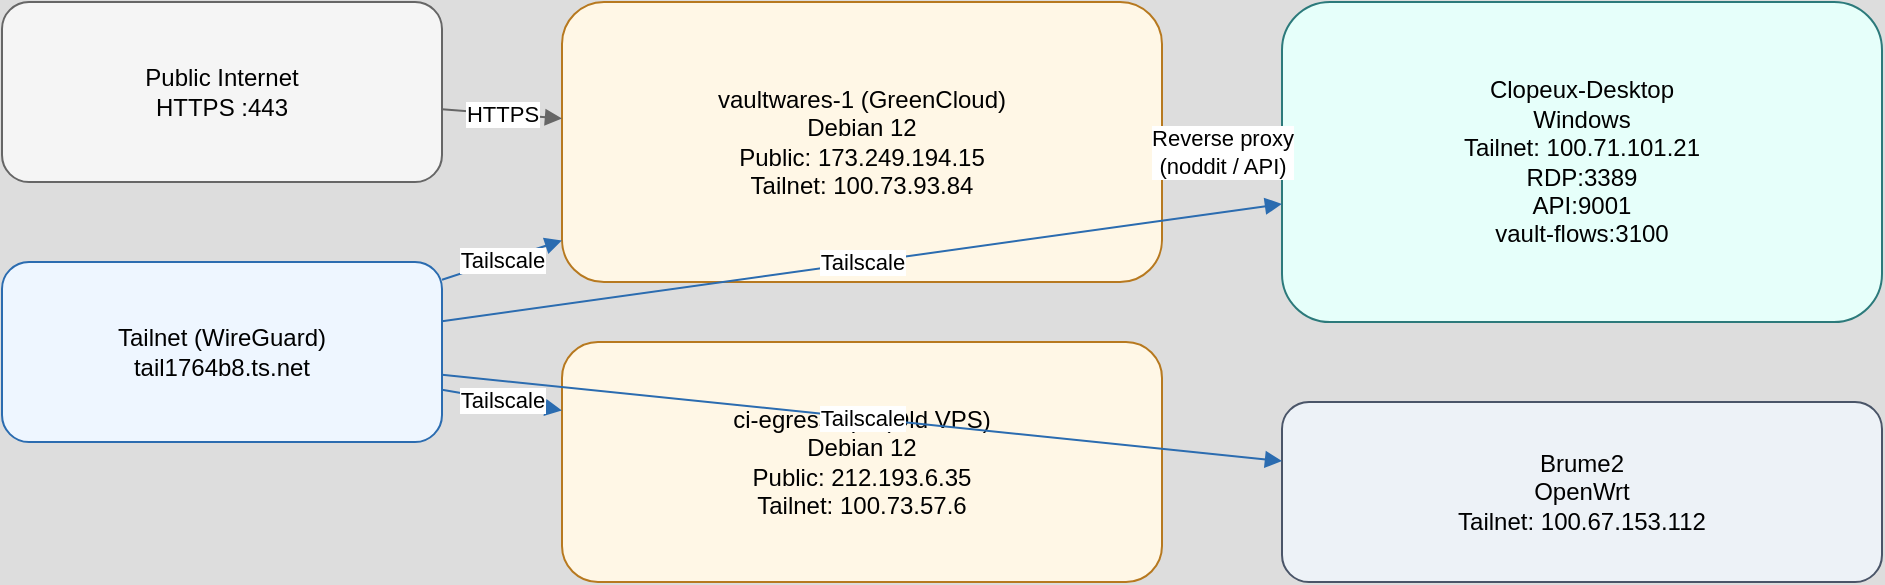
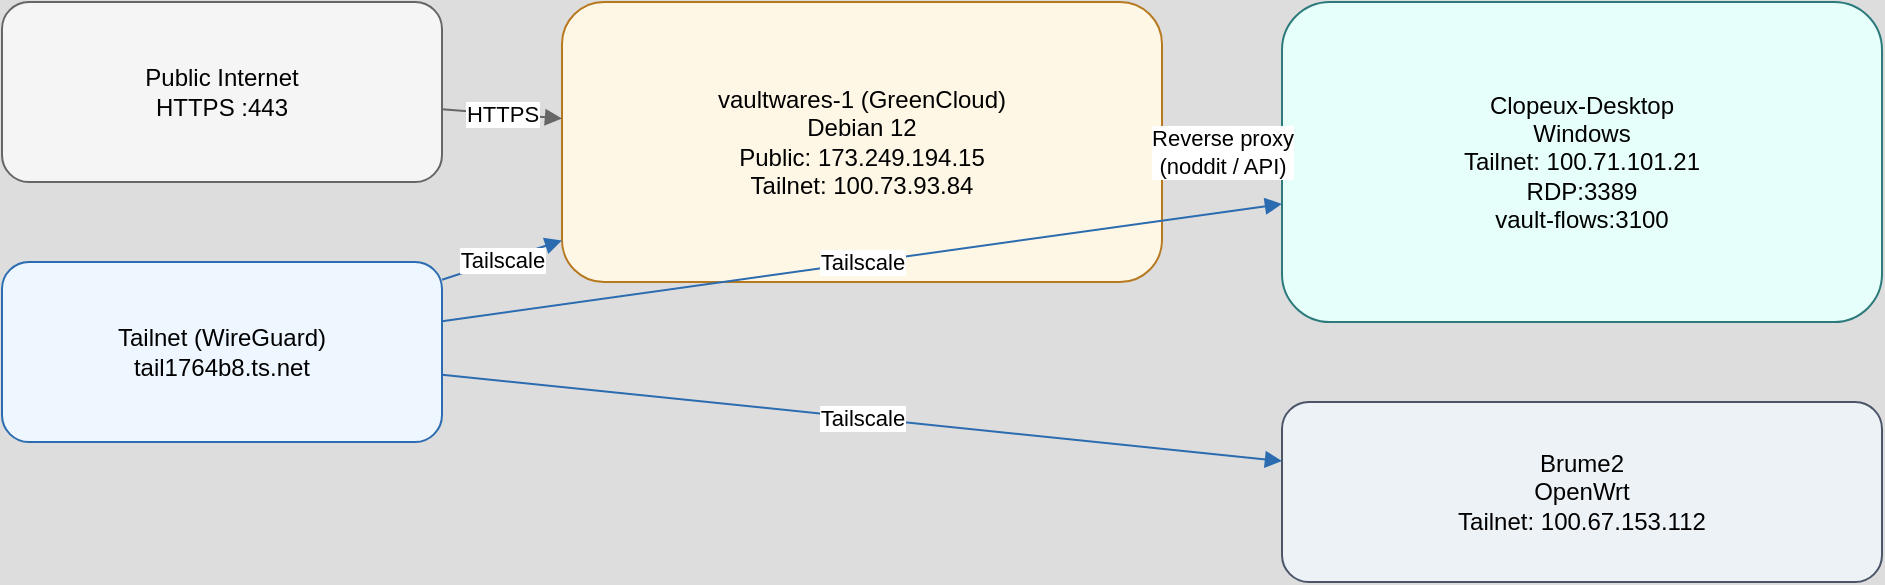
<mxfile host="Electron" agent="Codex">
  <diagram id="vaultwares-network" name="Network">
    <mxGraphModel dx="1135" dy="793" grid="1" gridSize="10" guides="1" tooltips="1" connect="1" arrows="1" fold="1" page="1" pageScale="1" pageWidth="1100" pageHeight="850" background="light-dark(#DDDDDD,#2D6885)" math="0" shadow="0">
      <root>
        <mxCell id="0" />
        <mxCell id="1" parent="0" />
        <mxCell id="internet" parent="1" style="rounded=1;whiteSpace=wrap;html=1;fillColor=#f5f5f5;strokeColor=#666666;" value="Public Internet&#xa;HTTPS :443" vertex="1">
          <mxGeometry height="90" width="220" x="40" y="40" as="geometry" />
        </mxCell>
        <mxCell id="tailnet" parent="1" style="rounded=1;whiteSpace=wrap;html=1;fillColor=#eef6ff;strokeColor=#2b6cb0;" value="Tailnet (WireGuard)&#xa;tail1764b8.ts.net" vertex="1">
          <mxGeometry height="90" width="220" x="40" y="170" as="geometry" />
        </mxCell>
        <mxCell id="v1" parent="1" style="rounded=1;whiteSpace=wrap;html=1;fillColor=#fff7e6;strokeColor=#b7791f;" value="vaultwares-1 (GreenCloud)&#xa;Debian 12&#xa;Public: 173.249.194.15&#xa;Tailnet: 100.73.93.84" vertex="1">
          <mxGeometry height="140" width="300" x="320" y="40" as="geometry" />
        </mxCell>
-         <mxCell id="v0" parent="1" style="rounded=1;whiteSpace=wrap;html=1;fillColor=#fff7e6;strokeColor=#b7791f;" value="ci-egress-vps (Old VPS)&#xa;Debian 12&#xa;Public: 212.193.6.35&#xa;Tailnet: 100.73.57.6" vertex="1">
-           <mxGeometry height="120" width="300" x="320" y="210" as="geometry" />
-         </mxCell>
-         <mxCell id="pc" parent="1" style="rounded=1;whiteSpace=wrap;html=1;fillColor=#e6fffa;strokeColor=#2c7a7b;" value="Clopeux-Desktop&#xa;Windows&#xa;Tailnet: 100.71.101.21&#xa;RDP:3389&#xa;API:9001&#xa;vault-flows:3100" vertex="1">
+         <mxCell id="pc" parent="1" style="rounded=1;whiteSpace=wrap;html=1;fillColor=#e6fffa;strokeColor=#2c7a7b;" value="Clopeux-Desktop&#xa;Windows&#xa;Tailnet: 100.71.101.21&#xa;RDP:3389&#xa;vault-flows:3100" vertex="1">
          <mxGeometry height="160" width="300" x="680" y="40" as="geometry" />
        </mxCell>
        <mxCell id="brume2" parent="1" style="rounded=1;whiteSpace=wrap;html=1;fillColor=#edf2f7;strokeColor=#4a5568;" value="Brume2&#xa;OpenWrt&#xa;Tailnet: 100.67.153.112" vertex="1">
          <mxGeometry height="90" width="300" x="680" y="240" as="geometry" />
        </mxCell>
        <mxCell id="edge1" edge="1" parent="1" source="internet" style="endArrow=block;html=1;strokeColor=#666666;" target="v1" value="HTTPS">
          <mxGeometry relative="1" as="geometry" />
        </mxCell>
        <mxCell id="edge2" edge="1" parent="1" source="tailnet" style="endArrow=block;html=1;strokeColor=#2b6cb0;" target="v1" value="Tailscale">
-           <mxGeometry relative="1" as="geometry" />
-         </mxCell>
-         <mxCell id="edge3" edge="1" parent="1" source="tailnet" style="endArrow=block;html=1;strokeColor=#2b6cb0;" target="v0" value="Tailscale">
          <mxGeometry relative="1" as="geometry" />
        </mxCell>
        <mxCell id="edge4" edge="1" parent="1" source="tailnet" style="endArrow=block;html=1;strokeColor=#2b6cb0;" target="pc" value="Tailscale">
          <mxGeometry relative="1" as="geometry" />
        </mxCell>
        <mxCell id="edge5" edge="1" parent="1" source="v1" style="endArrow=block;html=1;strokeColor=#2c7a7b;" target="pc" value="Reverse proxy&#xa;(noddit / API)">
          <mxGeometry relative="1" as="geometry" />
        </mxCell>
        <mxCell id="edge6" edge="1" parent="1" source="tailnet" style="endArrow=block;html=1;strokeColor=#2b6cb0;" target="brume2" value="Tailscale">
          <mxGeometry relative="1" as="geometry" />
        </mxCell>
      </root>
    </mxGraphModel>
  </diagram>
</mxfile>
